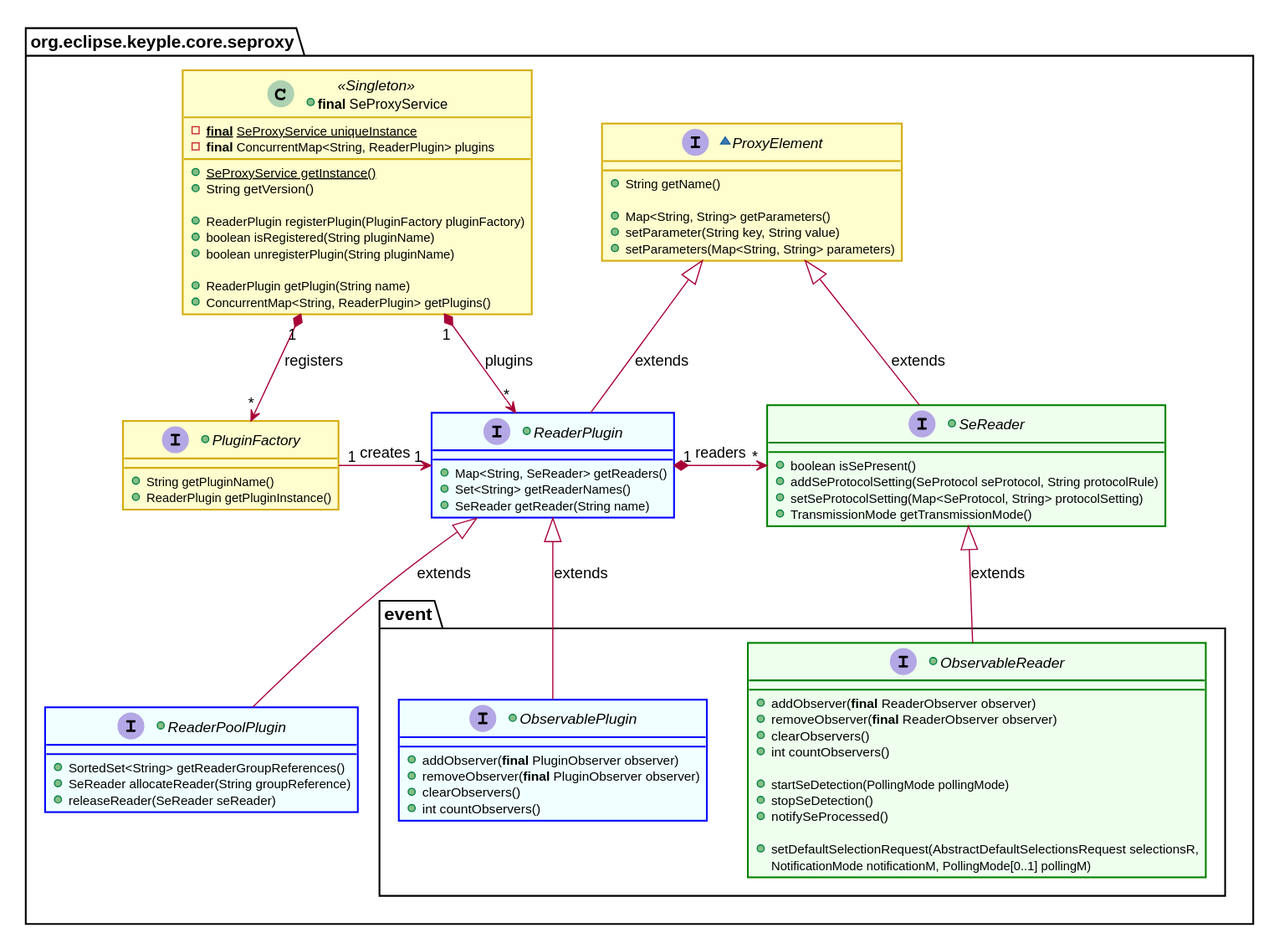
The PlantUML diagram docs/KeypleCoreApi/ApplicationApi/img/KeypleCore_ApplicationApi_ClassDiag_SE_Proxy_PluginSettingAndReaderAccess_0_9_0.svg in calypsonet/keyple, before a commit.
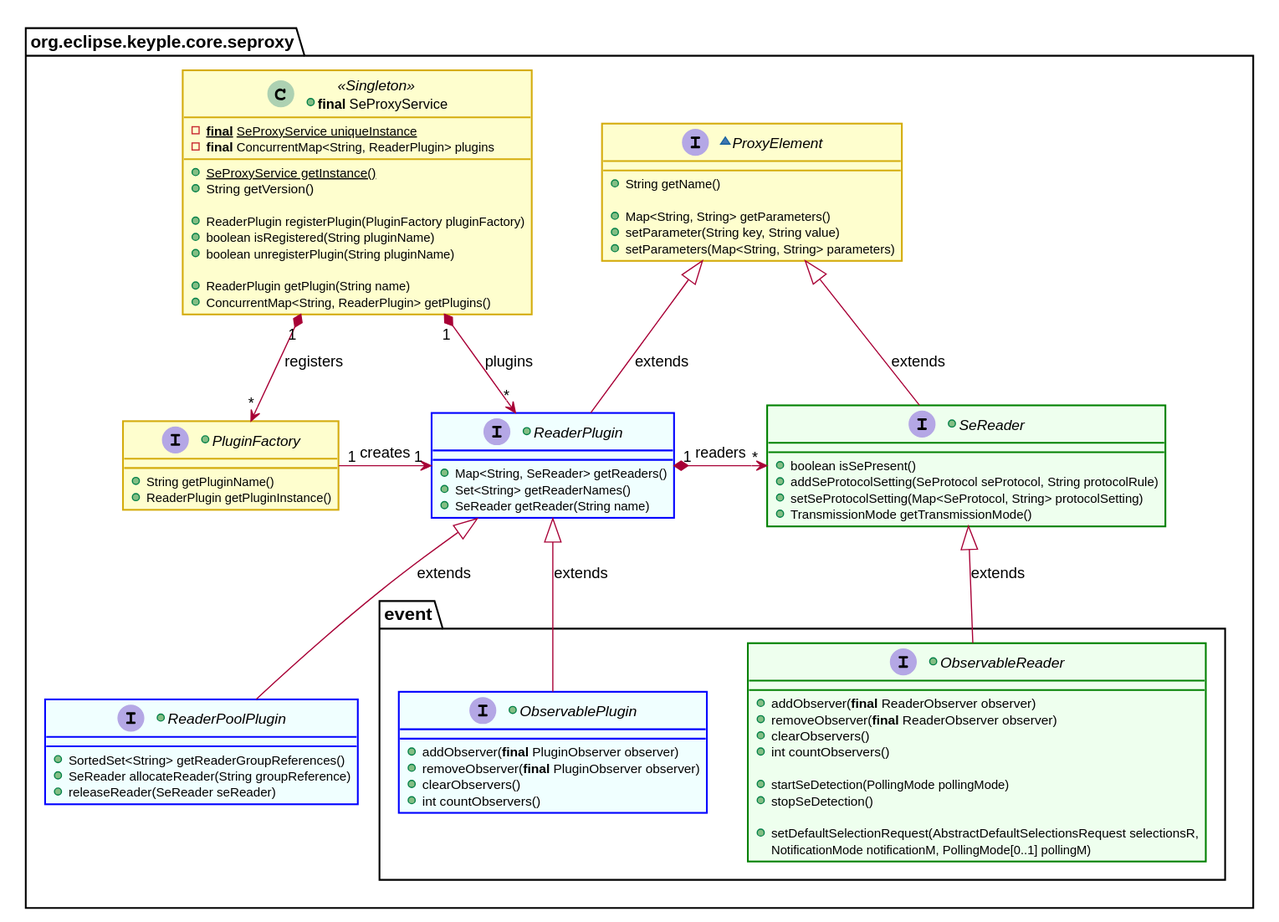
Above is the later version.

The edit, as a diff of the source:
```diff
@@ -95,7 +95,6 @@
 
   +startSeDetection(PollingMode pollingMode)
   +stopSeDetection()
-  +notifySeProcessed()
 
   +setDefaultSelectionRequest(AbstractDefaultSelectionsRequest selectionsR,
     NotificationMode notificationM, PollingMode[0..1] pollingM)
```
